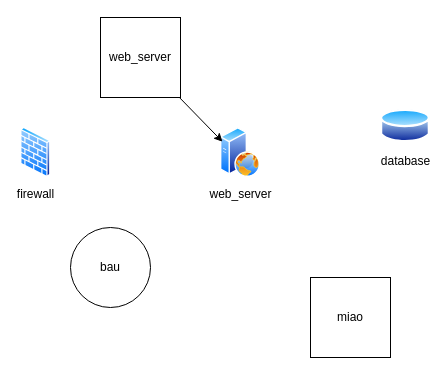
This is drawio_Diagrams/TestProva.drawio.xml from PierCarrozzini/Fake_Architecture_Orchestrator, a draw.io file, before an edit. Source tidied: cells renumbered, new cells numbered last; positions are measured from the earlier drawing's top-left corner, leaving out a move shared by most shapes. Both pictures are drawn from the tidied source at 100%, with x=0, y=0 at pixel (20, 17).
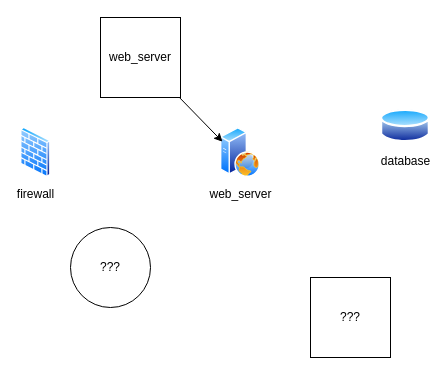
The same page after the edit.

The edit, as a diff of the source:
```diff
@@
 <mxGraphModel>
   <root>
     <mxCell id="0" />
     <mxCell id="1" parent="0" />
     <mxCell id="2" value="web_server" style="image;perimeter=ellipsePerimeter;html=1;align=center;shadow=0;dashed=0;spacingTop=3;image=img/lib/active_directory/web_server.svg;" parent="1" vertex="1">
       <mxGeometry x="200" y="110" width="40" height="50" as="geometry" />
     </mxCell>
     <mxCell id="3" value="web_server" style="whiteSpace=wrap;html=1;" parent="1" vertex="1">
       <mxGeometry x="80" width="80" height="80" as="geometry" />
     </mxCell>
     <mxCell id="4" style="endArrow=classic;html=1;rounded=0;entryX=0;entryY=0.25;entryDx=0;entryDy=0;" parent="1" edge="1" source="3" target="2">
       <mxGeometry relative="1" as="geometry" />
     </mxCell>
     <mxCell id="5" value="database" style="image;perimeter=ellipsePerimeter;html=1;align=center;shadow=0;dashed=0;spacingTop=3;image=img/lib/active_directory/database.svg;" parent="1" vertex="1">
       <mxGeometry x="360" y="90" width="50" height="37" as="geometry" />
     </mxCell>
-    <mxCell id="6" value="miao" style="whiteSpace=wrap;html=1;" parent="1" vertex="1">
+    <mxCell id="6" value="???" style="whiteSpace=wrap;html=1;" parent="1" vertex="1">
       <mxGeometry x="290" y="260" width="80" height="80" as="geometry" />
     </mxCell>
-    <mxCell id="7" value="bau" style="ellipse;whiteSpace=wrap;html=1;" parent="1" vertex="1">
+    <mxCell id="7" value="???" style="ellipse;whiteSpace=wrap;html=1;" parent="1" vertex="1">
       <mxGeometry x="50" y="210" width="80" height="80" as="geometry" />
     </mxCell>
     <mxCell id="8" value="firewall" style="image;perimeter=ellipsePerimeter;html=1;align=center;shadow=0;dashed=0;spacingTop=3;image=img/lib/active_directory/firewall.svg;" parent="1" vertex="1">
       <mxGeometry y="110" width="30.5" height="50" as="geometry" />
     </mxCell>
   </root>
 </mxGraphModel>
```
